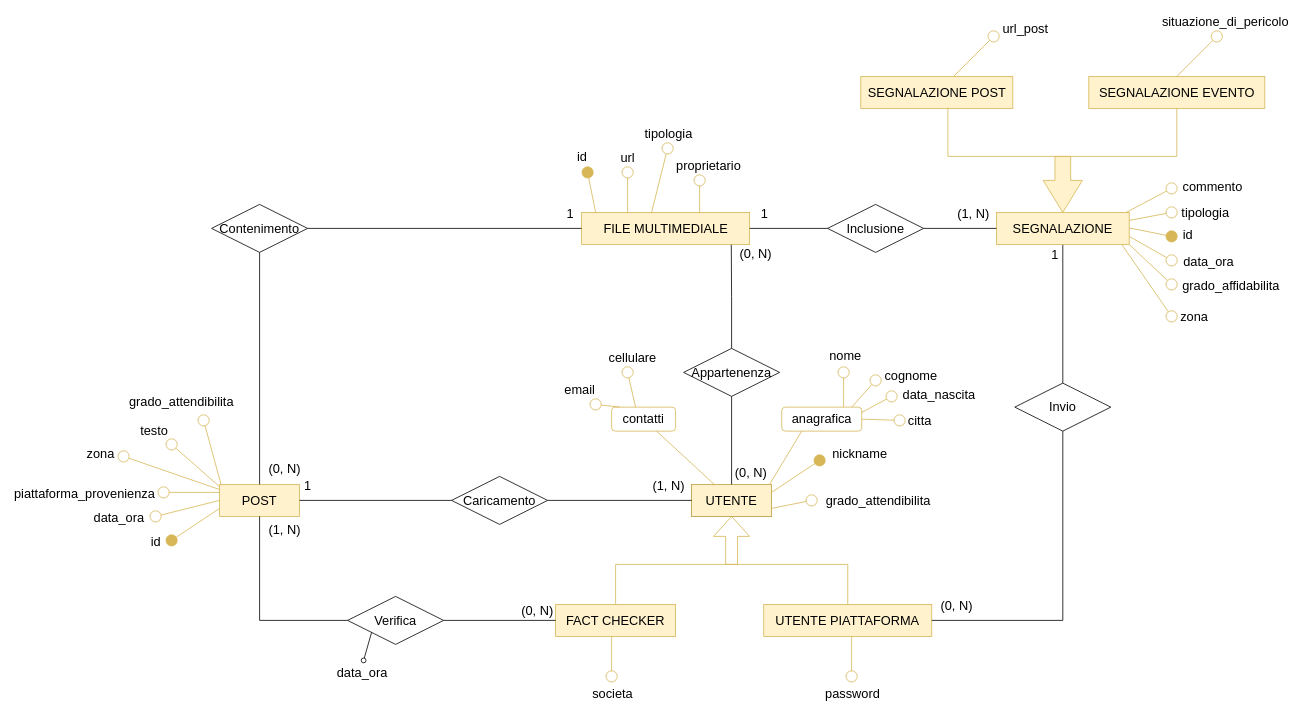
Earlier version of the draw.io diagram page "Diag. Social network" (6 of 7) of diagramma-er.drawio (faffolao/ProgettoBD2022). Source tidied: cells renumbered, new cells numbered last; positions are measured from the earlier drawing's top-left corner, leaving out a move shared by most shapes. Both pictures are drawn from the tidied source at 80%, with x=0, y=0 at pixel (123, 36).
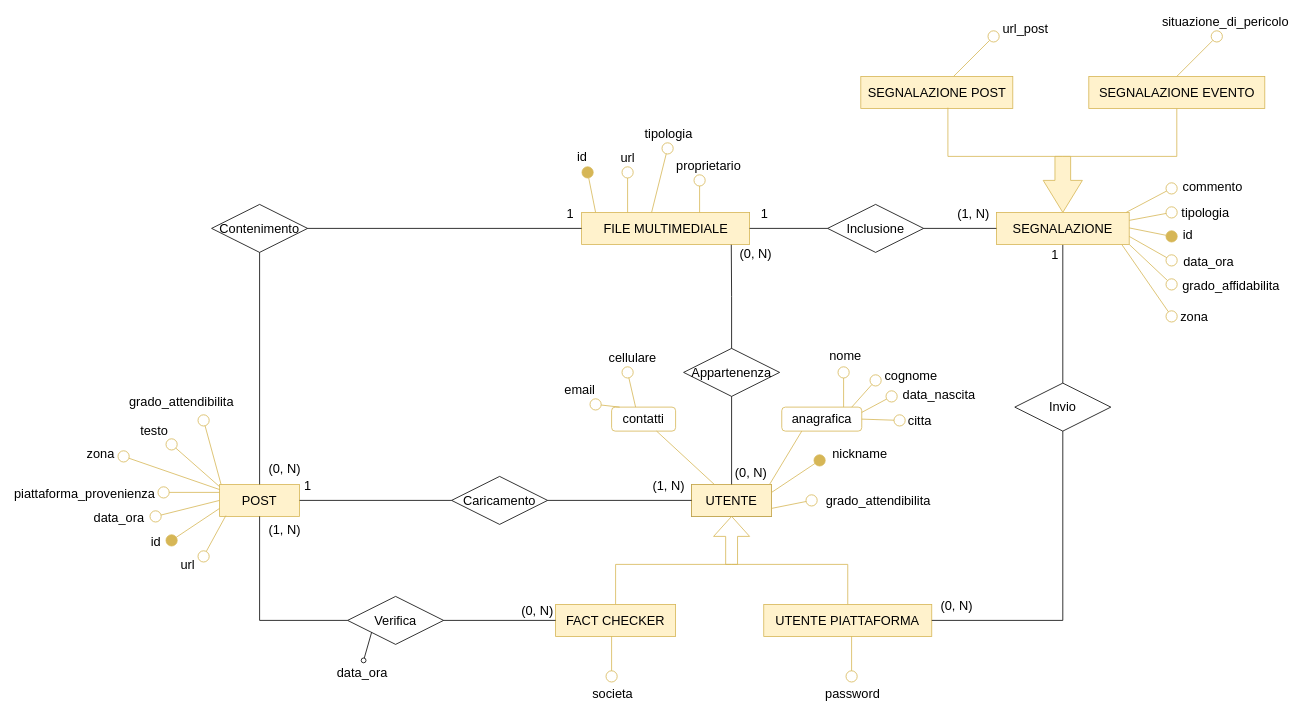
Above is the later version.

Unchanged cells that the change refers to:
```xml
<mxCell id="31" value="POST" style="whiteSpace=wrap;html=1;align=center;fontSize=16;fillColor=#fff2cc;strokeColor=#d6b656;" parent="1" vertex="1">
  <mxGeometry x="120" y="560" width="100" height="40" as="geometry" />
</mxCell>
```

Change to the diagram source:
```diff
@@
+    <mxCell id="107" style="endArrow=oval;html=1;rounded=0;strokeColor=#d6b656;strokeWidth=1;fontSize=12;startSize=14;endSize=14;endFill=0;fillColor=#fff2cc;exitX=0.078;exitY=0.976;exitDx=0;exitDy=0;exitPerimeter=0;" parent="1" edge="1" source="31">
+      <mxGeometry relative="1" as="geometry">
+        <mxPoint x="100" y="650" as="targetPoint" />
+      </mxGeometry>
+    </mxCell>
+    <mxCell id="108" value="url" style="edgeLabel;html=1;align=center;verticalAlign=middle;fontSize=16;" parent="107" vertex="1">
+      <mxGeometry x="0.42" y="2" relative="1" as="geometry">
+        <mxPoint x="-30" y="24" as="offset" />
+      </mxGeometry>
+    </mxCell>
```
